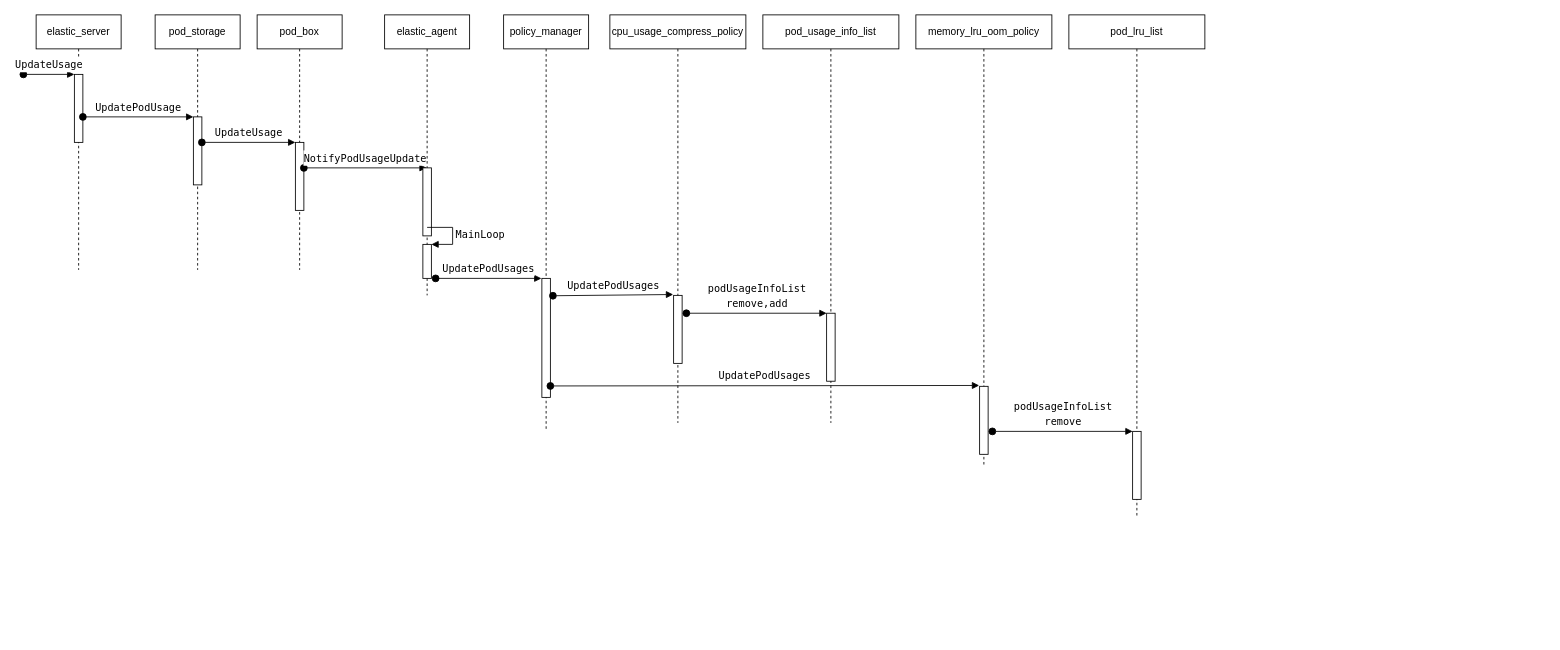
gaojunhao/diagrams keeps this draw.io diagram as page "update_usage_flow" (2 of 3) of Untitled Diagram.drawio. Above is the earlier version. Source tidied: cells renumbered, new cells numbered last; positions are measured from the earlier drawing's top-left corner, leaving out a move shared by most shapes. Both pictures are drawn from the tidied source at 85%, with x=0, y=0 at pixel (23, 14).
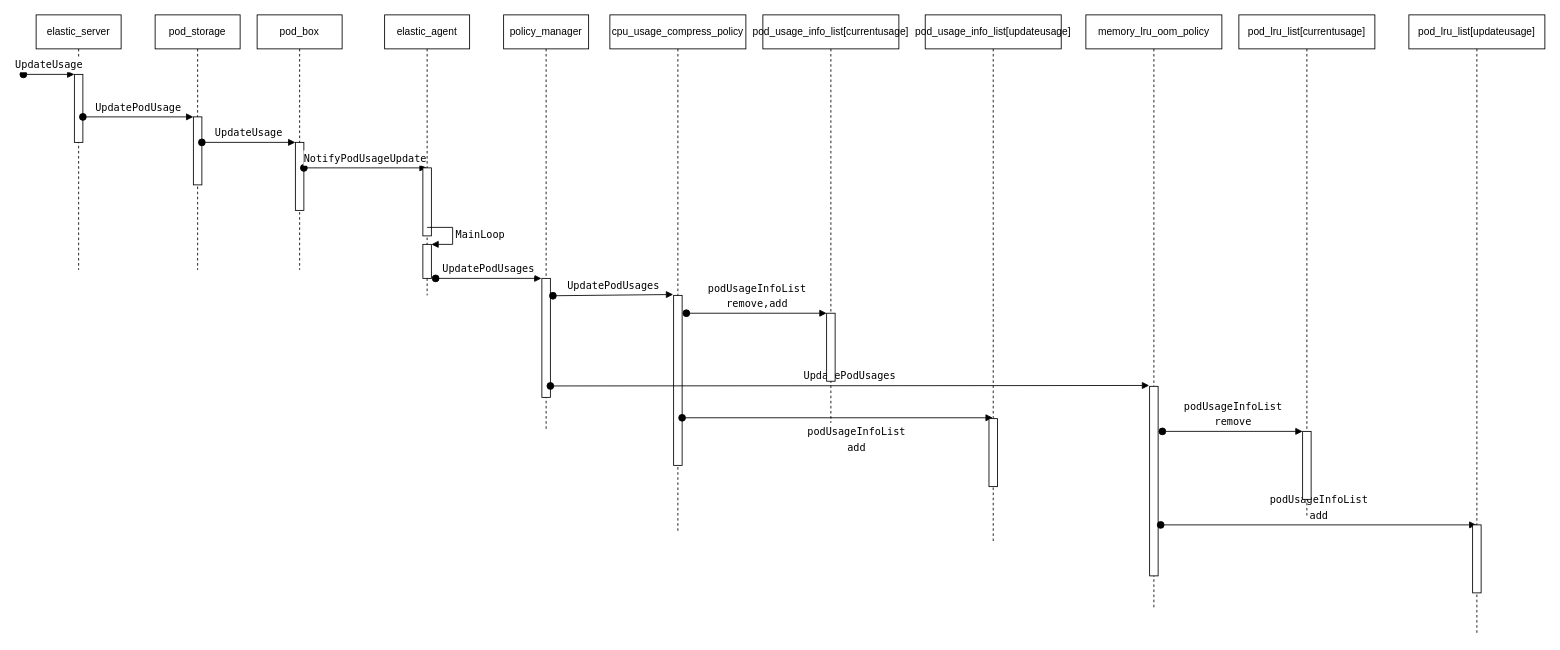
The same diagram, later.

Diff of the diagram source:
```diff
@@
     <mxCell id="19" value="cpu_usage_compress_policy" style="shape=umlLifeline;perimeter=lifelinePerimeter;whiteSpace=wrap;html=1;" parent="1" vertex="1">
-      <mxGeometry x="690" width="160" height="480" as="geometry" />
+      <mxGeometry x="690" width="160" height="610" as="geometry" />
     </mxCell>
     <mxCell id="20" style="html=1;perimeter=orthogonalPerimeter;" parent="19" vertex="1">
-      <mxGeometry x="75" y="330" width="10" height="80" as="geometry" />
+      <mxGeometry x="75" y="330" width="10" height="200" as="geometry" />
     </mxCell>
@@
+    <mxCell id="31" value="&lt;div style=&quot;font-family: &amp;#34;menlo&amp;#34; , &amp;#34;monaco&amp;#34; , &amp;#34;courier new&amp;#34; , monospace ; font-size: 12px ; line-height: 18px&quot;&gt;&lt;div style=&quot;font-family: &amp;#34;menlo&amp;#34; , &amp;#34;monaco&amp;#34; , &amp;#34;courier new&amp;#34; , monospace ; line-height: 18px&quot;&gt;&lt;div style=&quot;font-family: &amp;#34;menlo&amp;#34; , &amp;#34;monaco&amp;#34; , &amp;#34;courier new&amp;#34; , monospace ; line-height: 18px&quot;&gt;&lt;div style=&quot;font-family: &amp;#34;menlo&amp;#34; , &amp;#34;monaco&amp;#34; , &amp;#34;courier new&amp;#34; , monospace ; line-height: 18px&quot;&gt;&lt;div style=&quot;font-family: &amp;#34;menlo&amp;#34; , &amp;#34;monaco&amp;#34; , &amp;#34;courier new&amp;#34; , monospace ; line-height: 18px&quot;&gt;&lt;span style=&quot;font-family: &amp;#34;menlo&amp;#34; , &amp;#34;monaco&amp;#34; , &amp;#34;courier new&amp;#34; , monospace&quot;&gt;podUsageInfoList&lt;/span&gt;&lt;/div&gt;&lt;div style=&quot;font-family: &amp;#34;menlo&amp;#34; , &amp;#34;monaco&amp;#34; , &amp;#34;courier new&amp;#34; , monospace ; line-height: 18px&quot;&gt;add&lt;/div&gt;&lt;/div&gt;&lt;/div&gt;&lt;/div&gt;&lt;/div&gt;" style="html=1;verticalAlign=bottom;startArrow=oval;endArrow=block;startSize=8;rounded=0;strokeColor=#000000;" parent="19" edge="1" target="35">
+      <mxGeometry x="0.12" y="-46" relative="1" as="geometry">
+        <mxPoint x="85" y="474" as="sourcePoint" />
+      </mxGeometry>
+    </mxCell>
     <mxCell id="22" value="memory_lru_oom_policy" style="shape=umlLifeline;perimeter=lifelinePerimeter;whiteSpace=wrap;html=1;" parent="1" vertex="1">
-      <mxGeometry x="1050" width="160" height="530" as="geometry" />
+      <mxGeometry x="1250" width="160" height="700" as="geometry" />
     </mxCell>
     <mxCell id="23" style="html=1;perimeter=orthogonalPerimeter;" parent="22" vertex="1">
-      <mxGeometry x="75" y="437" width="10" height="80" as="geometry" />
+      <mxGeometry x="75" y="437" width="10" height="223" as="geometry" />
     </mxCell>
@@
+    <mxCell id="32" value="&lt;div style=&quot;font-family: &amp;#34;menlo&amp;#34; , &amp;#34;monaco&amp;#34; , &amp;#34;courier new&amp;#34; , monospace ; font-size: 12px ; line-height: 18px&quot;&gt;&lt;div style=&quot;font-family: &amp;#34;menlo&amp;#34; , &amp;#34;monaco&amp;#34; , &amp;#34;courier new&amp;#34; , monospace ; line-height: 18px&quot;&gt;&lt;div style=&quot;font-family: &amp;#34;menlo&amp;#34; , &amp;#34;monaco&amp;#34; , &amp;#34;courier new&amp;#34; , monospace ; line-height: 18px&quot;&gt;&lt;div style=&quot;font-family: &amp;#34;menlo&amp;#34; , &amp;#34;monaco&amp;#34; , &amp;#34;courier new&amp;#34; , monospace ; line-height: 18px&quot;&gt;&lt;div style=&quot;font-family: &amp;#34;menlo&amp;#34; , &amp;#34;monaco&amp;#34; , &amp;#34;courier new&amp;#34; , monospace ; line-height: 18px&quot;&gt;&lt;span style=&quot;font-family: &amp;#34;menlo&amp;#34; , &amp;#34;monaco&amp;#34; , &amp;#34;courier new&amp;#34; , monospace&quot;&gt;podUsageInfoList&lt;/span&gt;&lt;/div&gt;&lt;div style=&quot;font-family: &amp;#34;menlo&amp;#34; , &amp;#34;monaco&amp;#34; , &amp;#34;courier new&amp;#34; , monospace ; line-height: 18px&quot;&gt;add&lt;/div&gt;&lt;/div&gt;&lt;/div&gt;&lt;/div&gt;&lt;/div&gt;" style="html=1;verticalAlign=bottom;startArrow=oval;endArrow=block;startSize=8;rounded=0;strokeColor=#000000;" parent="22" edge="1" target="33">
+      <mxGeometry relative="1" as="geometry">
+        <mxPoint x="88" y="600" as="sourcePoint" />
+      </mxGeometry>
+    </mxCell>
-    <mxCell id="25" value="pod_usage_info_list" style="shape=umlLifeline;perimeter=lifelinePerimeter;whiteSpace=wrap;html=1;" parent="1" vertex="1">
+    <mxCell id="25" value="pod_usage_info_list[currentusage]" style="shape=umlLifeline;perimeter=lifelinePerimeter;whiteSpace=wrap;html=1;" parent="1" vertex="1">
       <mxGeometry x="870" width="160" height="480" as="geometry" />
     </mxCell>
@@
-    <mxCell id="28" value="pod_lru_list" style="shape=umlLifeline;perimeter=lifelinePerimeter;whiteSpace=wrap;html=1;" parent="1" vertex="1">
-      <mxGeometry x="1230" width="160" height="590" as="geometry" />
+    <mxCell id="28" value="pod_lru_list[currentusage]" style="shape=umlLifeline;perimeter=lifelinePerimeter;whiteSpace=wrap;html=1;" parent="1" vertex="1">
+      <mxGeometry x="1430" width="160" height="590" as="geometry" />
     </mxCell>
@@
+    <mxCell id="33" value="pod_lru_list[updateusage]" style="shape=umlLifeline;perimeter=lifelinePerimeter;whiteSpace=wrap;html=1;outlineConnect=0;" parent="1" vertex="1">
+      <mxGeometry x="1630" width="160" height="730" as="geometry" />
+    </mxCell>
+    <mxCell id="34" style="html=1;perimeter=orthogonalPerimeter;" parent="33" vertex="1">
+      <mxGeometry x="75" y="600" width="10" height="80" as="geometry" />
+    </mxCell>
+    <mxCell id="35" value="pod_usage_info_list[updateusage]" style="shape=umlLifeline;perimeter=lifelinePerimeter;whiteSpace=wrap;html=1;outlineConnect=0;" parent="1" vertex="1">
+      <mxGeometry x="1061" width="160" height="620" as="geometry" />
+    </mxCell>
+    <mxCell id="36" style="html=1;perimeter=orthogonalPerimeter;" parent="35" vertex="1">
+      <mxGeometry x="75" y="475" width="10" height="80" as="geometry" />
+    </mxCell>
```
